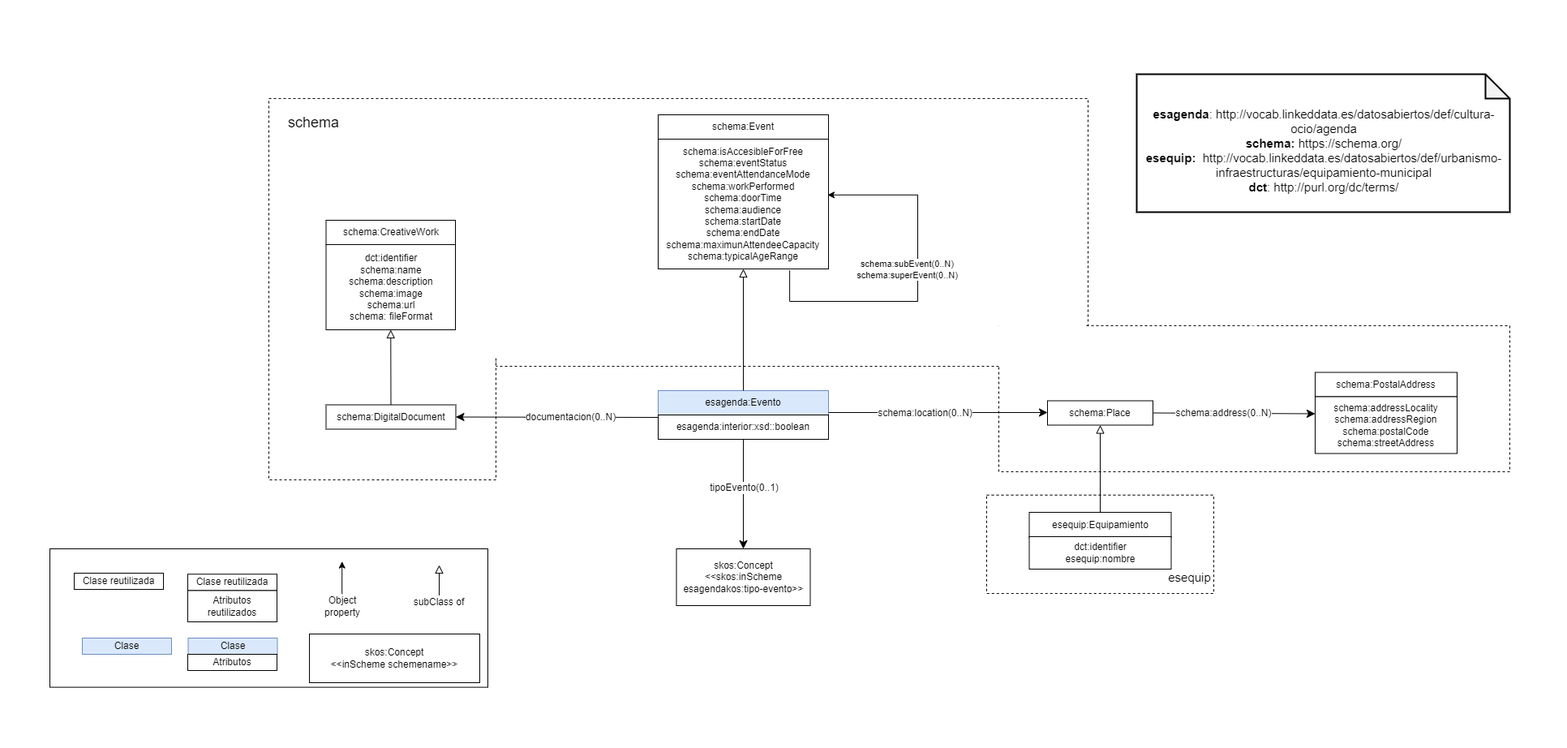
The draw.io diagram resources/images/ontology.png in josuesalas25/esagenda.github.io, before a commit. Source tidied: cells renumbered, new cells last; positions are measured from the earlier drawing's top-left corner, leaving out a move shared by most shapes. Its diagram source:
```xml
<mxGraphModel>
  <root>
    <mxCell id="0" />
    <mxCell id="1" parent="0" />
    <mxCell id="2" style="rounded=0;whiteSpace=wrap;html=1;fontSize=15;strokeColor=#FFFFFF;strokeWidth=2;" parent="1" vertex="1">
      <mxGeometry width="1930" height="910" as="geometry" />
    </mxCell>
    <mxCell id="3" style="rounded=0;whiteSpace=wrap;html=1;dashed=1;strokeWidth=1;" parent="1" vertex="1">
      <mxGeometry x="610" y="120" width="730" height="330" as="geometry" />
    </mxCell>
    <mxCell id="4" style="rounded=0;whiteSpace=wrap;html=1;dashed=1;" parent="1" vertex="1">
      <mxGeometry x="1215" y="608.8" width="280" height="121.2" as="geometry" />
    </mxCell>
    <mxCell id="5" style="rounded=0;whiteSpace=wrap;html=1;dashed=1;" parent="1" vertex="1">
      <mxGeometry x="1230" y="400" width="630" height="180" as="geometry" />
    </mxCell>
    <mxCell id="6" style="rounded=0;whiteSpace=wrap;html=1;dashed=1;" parent="1" vertex="1">
      <mxGeometry x="330" y="120" width="280" height="470" as="geometry" />
    </mxCell>
    <mxCell id="7" style="edgeStyle=orthogonalEdgeStyle;rounded=0;jettySize=auto;html=1;exitX=0.9;exitY=1;exitDx=0;exitDy=0;fontSize=15;strokeColor=#FFFFFF;strokeWidth=6;" parent="1" edge="1" source="8" target="2">
      <mxGeometry relative="1" as="geometry" />
    </mxCell>
    <mxCell id="8" value="esagenda:Evento" style="rounded=0;whiteSpace=wrap;html=1;snapToPoint=1;points=[[0.1,0],[0.2,0],[0.3,0],[0.4,0],[0.5,0],[0.6,0],[0.7,0],[0.8,0],[0.9,0],[0,0.1],[0,0.3],[0,0.5],[0,0.7],[0,0.9],[0.1,1],[0.2,1],[0.3,1],[0.4,1],[0.5,1],[0.6,1],[0.7,1],[0.8,1],[0.9,1],[1,0.1],[1,0.3],[1,0.5],[1,0.7],[1,0.9]];fillColor=#dae8fc;strokeColor=#6c8ebf;" parent="1" vertex="1">
      <mxGeometry x="810" y="480" width="210" height="30" as="geometry" />
    </mxCell>
    <mxCell id="9" value="esagenda:interior:xsd::boolean" style="rounded=0;whiteSpace=wrap;html=1;snapToPoint=1;points=[[0.1,0],[0.2,0],[0.3,0],[0.4,0],[0.5,0],[0.6,0],[0.7,0],[0.8,0],[0.9,0],[0,0.1],[0,0.3],[0,0.5],[0,0.7],[0,0.9],[0.1,1],[0.2,1],[0.3,1],[0.4,1],[0.5,1],[0.6,1],[0.7,1],[0.8,1],[0.9,1],[1,0.1],[1,0.3],[1,0.5],[1,0.7],[1,0.9]];" parent="1" vertex="1">
      <mxGeometry x="810" y="510" width="210" height="30" as="geometry" />
    </mxCell>
    <mxCell id="10" style="endArrow=classic;html=1;exitX=0.5;exitY=1;exitDx=0;exitDy=0;endSize=8;arcSize=0;rounded=0;entryX=0.5;entryY=0;entryDx=0;entryDy=0;" parent="1" edge="1" source="9" target="12">
      <mxGeometry relative="1" as="geometry" />
    </mxCell>
    <mxCell id="11" value="&lt;div&gt;tipoEvento(0..1)&lt;/div&gt;" style="text;html=1;align=center;verticalAlign=middle;labelBackgroundColor=#ffffff;" parent="10" vertex="1">
      <mxGeometry x="-0.13" relative="1" as="geometry" />
    </mxCell>
    <mxCell id="12" value="&lt;div&gt;skos:Concept&lt;/div&gt;&lt;div&gt;&amp;lt;&amp;lt;skos:inScheme esagendakos:tipo-evento&amp;gt;&amp;gt;&lt;br&gt;&lt;/div&gt;" style="rounded=0;whiteSpace=wrap;html=1;snapToPoint=1;points=[[0.1,0],[0.2,0],[0.3,0],[0.4,0],[0.5,0],[0.6,0],[0.7,0],[0.8,0],[0.9,0],[0,0.1],[0,0.3],[0,0.5],[0,0.7],[0,0.9],[0.1,1],[0.2,1],[0.3,1],[0.4,1],[0.5,1],[0.6,1],[0.7,1],[0.8,1],[0.9,1],[1,0.1],[1,0.3],[1,0.5],[1,0.7],[1,0.9]];" parent="1" vertex="1">
      <mxGeometry x="832.5" y="675" width="165" height="70" as="geometry" />
    </mxCell>
    <mxCell id="13" value="&lt;div&gt;schema:DigitalDocument&lt;/div&gt;" style="rounded=0;whiteSpace=wrap;html=1;snapToPoint=1;points=[[0.1,0],[0.2,0],[0.3,0],[0.4,0],[0.5,0],[0.6,0],[0.7,0],[0.8,0],[0.9,0],[0,0.1],[0,0.3],[0,0.5],[0,0.7],[0,0.9],[0.1,1],[0.2,1],[0.3,1],[0.4,1],[0.5,1],[0.6,1],[0.7,1],[0.8,1],[0.9,1],[1,0.1],[1,0.3],[1,0.5],[1,0.7],[1,0.9]];" parent="1" vertex="1">
      <mxGeometry x="400.5" y="497.5" width="160" height="30" as="geometry" />
    </mxCell>
    <mxCell id="14" style="endArrow=classic;html=1;exitX=0;exitY=0.1;exitDx=0;exitDy=0;entryX=1;entryY=0.5;entryDx=0;entryDy=0;endSize=8;arcSize=0;rounded=0;" parent="1" edge="1" source="9" target="13">
      <mxGeometry relative="1" as="geometry" />
    </mxCell>
    <mxCell id="15" value="documentacion(0..N)" style="text;html=1;align=center;verticalAlign=middle;labelBackgroundColor=#ffffff;" parent="14" vertex="1">
      <mxGeometry x="-0.13" relative="1" as="geometry" />
    </mxCell>
    <mxCell id="16" value="&lt;div&gt;dct:identifier&lt;/div&gt;&lt;div&gt;schema:name&lt;/div&gt;&lt;div&gt;schema:description&lt;/div&gt;&lt;div&gt;schema:image&lt;/div&gt;&lt;div&gt;schema:url&lt;/div&gt;&lt;div&gt;schema: fileFormat&lt;br&gt;&lt;/div&gt;" style="rounded=0;whiteSpace=wrap;html=1;snapToPoint=1;points=[[0.1,0],[0.2,0],[0.3,0],[0.4,0],[0.5,0],[0.6,0],[0.7,0],[0.8,0],[0.9,0],[0,0.1],[0,0.3],[0,0.5],[0,0.7],[0,0.9],[0.1,1],[0.2,1],[0.3,1],[0.4,1],[0.5,1],[0.6,1],[0.7,1],[0.8,1],[0.9,1],[1,0.1],[1,0.3],[1,0.5],[1,0.7],[1,0.9]];" parent="1" vertex="1">
      <mxGeometry x="400.5" y="300" width="159.5" height="105" as="geometry" />
    </mxCell>
    <mxCell id="17" value="schema:CreativeWork" style="rounded=0;whiteSpace=wrap;html=1;" parent="1" vertex="1">
      <mxGeometry x="400.5" y="270" width="159.5" height="30" as="geometry" />
    </mxCell>
    <mxCell id="18" style="endArrow=block;html=1;fontColor=#000099;endFill=0;endSize=8;arcSize=0;rounded=0;exitX=0.5;exitY=0;exitDx=0;exitDy=0;entryX=0.5;entryY=1;entryDx=0;entryDy=0;" parent="1" edge="1" source="13" target="16">
      <mxGeometry relative="1" as="geometry" />
    </mxCell>
    <mxCell id="19" style="endArrow=classic;html=1;endSize=8;arcSize=0;rounded=0;exitX=1;exitY=0.9;exitDx=0;exitDy=0;" parent="1" edge="1" source="8">
      <mxGeometry relative="1" as="geometry">
        <mxPoint x="1290" y="507" as="targetPoint" />
      </mxGeometry>
    </mxCell>
    <mxCell id="20" value="&lt;div&gt;schema:location(0..N)&lt;/div&gt;" style="text;html=1;align=center;verticalAlign=middle;labelBackgroundColor=#ffffff;" parent="19" vertex="1">
      <mxGeometry x="-0.13" relative="1" as="geometry" />
    </mxCell>
    <mxCell id="21" value="schema:Place" style="rounded=0;whiteSpace=wrap;html=1;snapToPoint=1;points=[[0.1,0],[0.2,0],[0.3,0],[0.4,0],[0.5,0],[0.6,0],[0.7,0],[0.8,0],[0.9,0],[0,0.1],[0,0.3],[0,0.5],[0,0.7],[0,0.9],[0.1,1],[0.2,1],[0.3,1],[0.4,1],[0.5,1],[0.6,1],[0.7,1],[0.8,1],[0.9,1],[1,0.1],[1,0.3],[1,0.5],[1,0.7],[1,0.9]];" parent="1" vertex="1">
      <mxGeometry x="1290" y="492.5" width="130" height="30" as="geometry" />
    </mxCell>
    <mxCell id="22" value="schema:PostalAddress" style="rounded=0;whiteSpace=wrap;html=1;" parent="1" vertex="1">
      <mxGeometry x="1620" y="457.5" width="175" height="30" as="geometry" />
    </mxCell>
    <mxCell id="23" value="&lt;div&gt;schema:addressLocality&lt;/div&gt;&lt;div&gt;schema:addressRegion&lt;/div&gt;&lt;div&gt;schema:postalCode&lt;/div&gt;&lt;div&gt;schema:streetAddress&lt;br&gt;&lt;/div&gt;" style="rounded=0;whiteSpace=wrap;html=1;snapToPoint=1;points=[[0.1,0],[0.2,0],[0.3,0],[0.4,0],[0.5,0],[0.6,0],[0.7,0],[0.8,0],[0.9,0],[0,0.1],[0,0.3],[0,0.5],[0,0.7],[0,0.9],[0.1,1],[0.2,1],[0.3,1],[0.4,1],[0.5,1],[0.6,1],[0.7,1],[0.8,1],[0.9,1],[1,0.1],[1,0.3],[1,0.5],[1,0.7],[1,0.9]];" parent="1" vertex="1">
      <mxGeometry x="1620" y="487.5" width="175" height="70" as="geometry" />
    </mxCell>
    <mxCell id="24" style="endArrow=classic;html=1;endSize=8;arcSize=0;rounded=0;exitX=1;exitY=0.5;exitDx=0;exitDy=0;entryX=0;entryY=0.3;entryDx=0;entryDy=0;" parent="1" edge="1" source="21" target="23">
      <mxGeometry relative="1" as="geometry" />
    </mxCell>
    <mxCell id="25" value="&lt;div&gt;schema:address(0..N)&lt;/div&gt;" style="text;html=1;align=center;verticalAlign=middle;labelBackgroundColor=#ffffff;" parent="24" vertex="1">
      <mxGeometry x="-0.13" relative="1" as="geometry" />
    </mxCell>
    <mxCell id="26" style="endArrow=block;html=1;fontColor=#000099;endFill=0;endSize=8;arcSize=0;rounded=0;exitX=0.5;exitY=0;exitDx=0;exitDy=0;entryX=0.5;entryY=1;entryDx=0;entryDy=0;" parent="1" edge="1" source="27" target="21">
      <mxGeometry relative="1" as="geometry" />
    </mxCell>
    <mxCell id="27" value="esequip:Equipamiento" style="rounded=0;whiteSpace=wrap;html=1;snapToPoint=1;points=[[0.1,0],[0.2,0],[0.3,0],[0.4,0],[0.5,0],[0.6,0],[0.7,0],[0.8,0],[0.9,0],[0,0.1],[0,0.3],[0,0.5],[0,0.7],[0,0.9],[0.1,1],[0.2,1],[0.3,1],[0.4,1],[0.5,1],[0.6,1],[0.7,1],[0.8,1],[0.9,1],[1,0.1],[1,0.3],[1,0.5],[1,0.7],[1,0.9]];" parent="1" vertex="1">
      <mxGeometry x="1267.5" y="630" width="175" height="31.2" as="geometry" />
    </mxCell>
    <mxCell id="28" value="&lt;div&gt;dct:identifier&lt;br&gt;&lt;/div&gt;&lt;div&gt;esequip:nombre&lt;/div&gt;" style="rounded=0;whiteSpace=wrap;html=1;" parent="1" vertex="1">
      <mxGeometry x="1267.5" y="660" width="175" height="40" as="geometry" />
    </mxCell>
    <mxCell id="29" value="schema:isAccesibleForFree&lt;br&gt;schema:eventStatus&lt;br&gt;schema:eventAttendanceMode&lt;br&gt;schema:workPerformed&lt;br&gt;schema:doorTime&lt;br&gt;&lt;div&gt;schema:audience&lt;/div&gt;&lt;div&gt;schema:startDate&lt;/div&gt;schema:endDate&lt;br&gt;schema:maximunAttendeeCapacity&lt;br&gt;schema:typicalAgeRange" style="rounded=0;whiteSpace=wrap;html=1;snapToPoint=1;points=[[0.1,0],[0.2,0],[0.3,0],[0.4,0],[0.5,0],[0.6,0],[0.7,0],[0.8,0],[0.9,0],[0,0.1],[0,0.3],[0,0.5],[0,0.7],[0,0.9],[0.1,1],[0.2,1],[0.3,1],[0.4,1],[0.5,1],[0.6,1],[0.7,1],[0.8,1],[0.9,1],[1,0.1],[1,0.3],[1,0.5],[1,0.7],[1,0.9]];" parent="1" vertex="1">
      <mxGeometry x="810" y="170" width="210" height="160" as="geometry" />
    </mxCell>
    <mxCell id="30" value="schema:Event" style="rounded=0;whiteSpace=wrap;html=1;" parent="1" vertex="1">
      <mxGeometry x="810" y="140" width="210" height="30" as="geometry" />
    </mxCell>
    <mxCell id="31" style="endArrow=block;html=1;fontColor=#000099;endFill=0;endSize=8;arcSize=0;rounded=0;entryX=0.5;entryY=1;entryDx=0;entryDy=0;exitX=0.5;exitY=0;exitDx=0;exitDy=0;" parent="1" edge="1" source="8" target="29">
      <mxGeometry relative="1" as="geometry" />
    </mxCell>
    <mxCell id="32" style="edgeStyle=orthogonalEdgeStyle;rounded=0;orthogonalLoop=1;jettySize=auto;html=1;exitX=0.772;exitY=1.011;exitDx=0;exitDy=0;entryX=0.995;entryY=0.43;entryDx=0;entryDy=0;entryPerimeter=0;exitPerimeter=0;" parent="1" edge="1" source="29" target="29">
      <mxGeometry relative="1" as="geometry">
        <Array as="points">
          <mxPoint x="972" y="370" />
          <mxPoint x="1130" y="370" />
          <mxPoint x="1130" y="239" />
        </Array>
      </mxGeometry>
    </mxCell>
    <mxCell id="33" value="&lt;div&gt;schema:subEvent(0..N)&lt;/div&gt;&lt;div&gt;schema:superEvent(0..N)&lt;br&gt;&lt;/div&gt;" style="edgeLabel;html=1;align=center;verticalAlign=middle;" parent="32" vertex="1">
      <mxGeometry x="-0.24" y="1" relative="1" as="geometry">
        <mxPoint x="16" y="-39" as="offset" />
      </mxGeometry>
    </mxCell>
    <mxCell id="34" value="&lt;font style=&quot;font-size: 18px&quot;&gt;schema&lt;/font&gt;" style="text;html=1;align=center;verticalAlign=middle;strokeColor=none;fillColor=none;strokeWidth=2;fontSize=15;" parent="1" vertex="1">
      <mxGeometry x="345" y="140" width="80" height="20" as="geometry" />
    </mxCell>
    <mxCell id="35" value="&lt;font style=&quot;font-size: 15px&quot;&gt;esequip&lt;/font&gt;" style="text;html=1;align=center;verticalAlign=middle;strokeColor=none;fillColor=none;" parent="1" vertex="1">
      <mxGeometry x="1430" y="700" width="70" height="20" as="geometry" />
    </mxCell>
    <mxCell id="36" style="endArrow=none;html=1;rounded=0;entryX=0;entryY=0;entryDx=0;entryDy=0;strokeColor=#FFFFFF;strokeWidth=4;" parent="1" edge="1" target="3">
      <mxGeometry relative="1" as="geometry">
        <mxPoint x="610" y="440" as="sourcePoint" />
      </mxGeometry>
    </mxCell>
    <mxCell id="37" style="edgeStyle=orthogonalEdgeStyle;rounded=0;orthogonalLoop=1;jettySize=auto;html=1;exitX=0.5;exitY=0;exitDx=0;exitDy=0;strokeColor=#FFFFFF;strokeWidth=6;" parent="1" edge="1" source="5" target="5">
      <mxGeometry relative="1" as="geometry" />
    </mxCell>
    <mxCell id="38" style="endArrow=none;html=1;rounded=0;strokeColor=#FFFFFF;strokeWidth=6;exitX=0.847;exitY=0.997;exitDx=0;exitDy=0;exitPerimeter=0;entryX=0;entryY=0;entryDx=0;entryDy=0;" parent="1" edge="1" source="3" target="5">
      <mxGeometry relative="1" as="geometry" />
    </mxCell>
    <mxCell id="39" style="endArrow=none;html=1;rounded=0;strokeColor=#FFFFFF;strokeWidth=6;exitX=0;exitY=0;exitDx=0;exitDy=0;entryX=0.17;entryY=-0.002;entryDx=0;entryDy=0;entryPerimeter=0;" parent="1" edge="1" source="5" target="5">
      <mxGeometry relative="1" as="geometry" />
    </mxCell>
    <mxCell id="40" value="&lt;div align=&quot;center&quot;&gt;&lt;b&gt;&lt;br&gt;&lt;/b&gt;&lt;/div&gt;&lt;div align=&quot;center&quot;&gt;&lt;b&gt;esagenda&lt;/b&gt;: http://vocab.linkeddata.es/datosabiertos/def/cultura-ocio/agenda&lt;b&gt;&lt;br&gt;&lt;/b&gt;&lt;/div&gt;&lt;div align=&quot;center&quot;&gt;&lt;b&gt;schema:&lt;/b&gt; https://schema.org/&lt;/div&gt;&lt;div align=&quot;center&quot;&gt;&lt;b&gt;esequip:&amp;nbsp; &lt;/b&gt;http://vocab.linkeddata.es/datosabiertos/def/urbanismo-infraestructuras/equipamiento-municipal&lt;br&gt;&lt;/div&gt;&lt;div align=&quot;center&quot;&gt;&lt;b&gt;dct&lt;/b&gt;: http://purl.org/dc/terms/&lt;br&gt;&lt;/div&gt;" style="shape=note;whiteSpace=wrap;html=1;backgroundOutline=1;darkOpacity=0.05;fontSize=15;strokeColor=#000000;strokeWidth=2;align=left;" parent="1" vertex="1">
      <mxGeometry x="1400" y="90" width="460" height="170" as="geometry" />
    </mxCell>
    <mxCell id="41" style="rounded=0;whiteSpace=wrap;html=1;" parent="1" vertex="1">
      <mxGeometry x="60" y="675" width="540" height="170.6" as="geometry" />
    </mxCell>
    <mxCell id="42" value="Clase reutilizada" style="rounded=0;whiteSpace=wrap;html=1;" parent="1" vertex="1">
      <mxGeometry x="90" y="705" width="110" height="20" as="geometry" />
    </mxCell>
    <mxCell id="43" value="&lt;div&gt;Clase&lt;/div&gt;" style="rounded=0;whiteSpace=wrap;html=1;fillColor=#dae8fc;strokeColor=#6c8ebf;" parent="1" vertex="1">
      <mxGeometry x="230.5" y="785" width="110" height="20" as="geometry" />
    </mxCell>
    <mxCell id="44" value="Atributos reutilizados" style="rounded=0;whiteSpace=wrap;html=1;" parent="1" vertex="1">
      <mxGeometry x="230" y="726.2" width="110" height="38.8" as="geometry" />
    </mxCell>
    <mxCell id="45" value="Clase reutilizada" style="rounded=0;whiteSpace=wrap;html=1;" parent="1" vertex="1">
      <mxGeometry x="230" y="706.2" width="110" height="20" as="geometry" />
    </mxCell>
    <mxCell id="46" value="&lt;div&gt;Clase&lt;/div&gt;" style="rounded=0;whiteSpace=wrap;html=1;fillColor=#dae8fc;strokeColor=#6c8ebf;" parent="1" vertex="1">
      <mxGeometry x="100" y="785" width="110" height="20" as="geometry" />
    </mxCell>
    <mxCell id="47" value="Atributos" style="rounded=0;whiteSpace=wrap;html=1;" parent="1" vertex="1">
      <mxGeometry x="230" y="805" width="110" height="20" as="geometry" />
    </mxCell>
    <mxCell id="48" value="&lt;div&gt;skos:Concept&lt;/div&gt;&lt;div&gt;&amp;lt;&amp;lt;inScheme schemename&amp;gt;&amp;gt;&lt;br&gt;&lt;/div&gt;" style="rounded=0;whiteSpace=wrap;html=1;" parent="1" vertex="1">
      <mxGeometry x="380" y="780" width="210" height="60" as="geometry" />
    </mxCell>
    <mxCell id="49" style="endArrow=classic;html=1;rounded=0;strokeWidth=1;" parent="1" edge="1">
      <mxGeometry relative="1" as="geometry">
        <mxPoint x="420.2" y="730.6" as="sourcePoint" />
        <mxPoint x="420.2" y="690.6" as="targetPoint" />
      </mxGeometry>
    </mxCell>
    <mxCell id="50" value="Object property" style="text;html=1;strokeColor=none;fillColor=none;align=center;verticalAlign=middle;whiteSpace=wrap;rounded=0;" parent="1" vertex="1">
      <mxGeometry x="390.5" y="730.6" width="60" height="30" as="geometry" />
    </mxCell>
    <mxCell id="51" style="endArrow=block;html=1;fontColor=#000099;endFill=0;endSize=8;arcSize=0;rounded=0;exitX=0.5;exitY=0;exitDx=0;exitDy=0;" parent="1" edge="1">
      <mxGeometry relative="1" as="geometry">
        <mxPoint x="540" y="732.5" as="sourcePoint" />
        <mxPoint x="540" y="695" as="targetPoint" />
      </mxGeometry>
    </mxCell>
    <mxCell id="52" value="subClass of" style="text;html=1;strokeColor=none;fillColor=none;align=center;verticalAlign=middle;whiteSpace=wrap;rounded=0;" parent="1" vertex="1">
      <mxGeometry x="500" y="726.2" width="80" height="30" as="geometry" />
    </mxCell>
  </root>
</mxGraphModel>
```
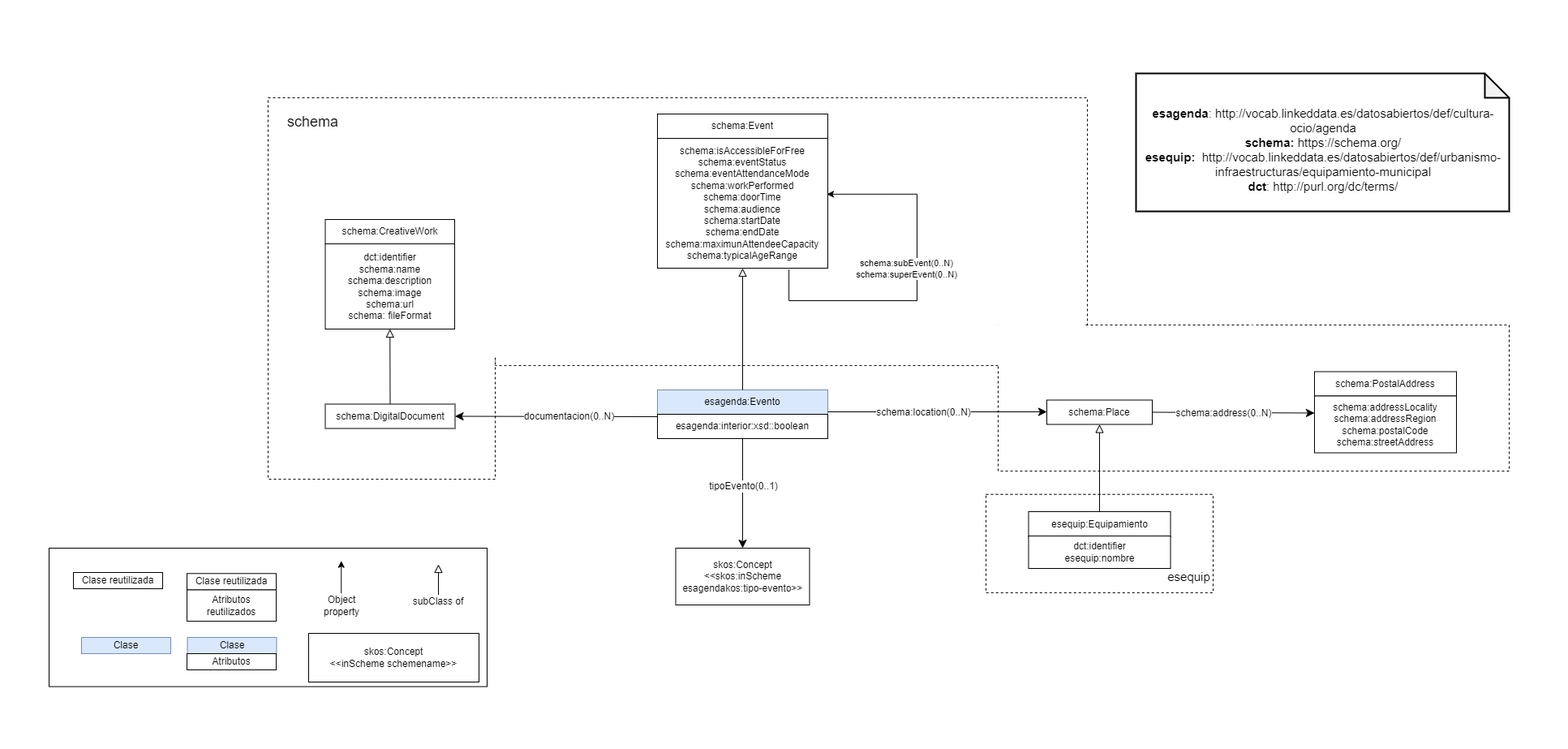
After the commit.

What changed in the source:
```diff
@@ -85,7 +85,7 @@
     <mxCell id="28" value="&lt;div&gt;dct:identifier&lt;br&gt;&lt;/div&gt;&lt;div&gt;esequip:nombre&lt;/div&gt;" style="rounded=0;whiteSpace=wrap;html=1;" parent="1" vertex="1">
       <mxGeometry x="1267.5" y="660" width="175" height="40" as="geometry" />
     </mxCell>
-    <mxCell id="29" value="schema:isAccesibleForFree&lt;br&gt;schema:eventStatus&lt;br&gt;schema:eventAttendanceMode&lt;br&gt;schema:workPerformed&lt;br&gt;schema:doorTime&lt;br&gt;&lt;div&gt;schema:audience&lt;/div&gt;&lt;div&gt;schema:startDate&lt;/div&gt;schema:endDate&lt;br&gt;schema:maximunAttendeeCapacity&lt;br&gt;schema:typicalAgeRange" style="rounded=0;whiteSpace=wrap;html=1;snapToPoint=1;points=[[0.1,0],[0.2,0],[0.3,0],[0.4,0],[0.5,0],[0.6,0],[0.7,0],[0.8,0],[0.9,0],[0,0.1],[0,0.3],[0,0.5],[0,0.7],[0,0.9],[0.1,1],[0.2,1],[0.3,1],[0.4,1],[0.5,1],[0.6,1],[0.7,1],[0.8,1],[0.9,1],[1,0.1],[1,0.3],[1,0.5],[1,0.7],[1,0.9]];" parent="1" vertex="1">
+    <mxCell id="29" value="schema:isAccessibleForFree&lt;br&gt;schema:eventStatus&lt;br&gt;schema:eventAttendanceMode&lt;br&gt;schema:workPerformed&lt;br&gt;schema:doorTime&lt;br&gt;&lt;div&gt;schema:audience&lt;/div&gt;&lt;div&gt;schema:startDate&lt;/div&gt;schema:endDate&lt;br&gt;schema:maximunAttendeeCapacity&lt;br&gt;schema:typicalAgeRange" style="rounded=0;whiteSpace=wrap;html=1;snapToPoint=1;points=[[0.1,0],[0.2,0],[0.3,0],[0.4,0],[0.5,0],[0.6,0],[0.7,0],[0.8,0],[0.9,0],[0,0.1],[0,0.3],[0,0.5],[0,0.7],[0,0.9],[0.1,1],[0.2,1],[0.3,1],[0.4,1],[0.5,1],[0.6,1],[0.7,1],[0.8,1],[0.9,1],[1,0.1],[1,0.3],[1,0.5],[1,0.7],[1,0.9]];" parent="1" vertex="1">
       <mxGeometry x="810" y="170" width="210" height="160" as="geometry" />
     </mxCell>
     <mxCell id="30" value="schema:Event" style="rounded=0;whiteSpace=wrap;html=1;" parent="1" vertex="1">
```
